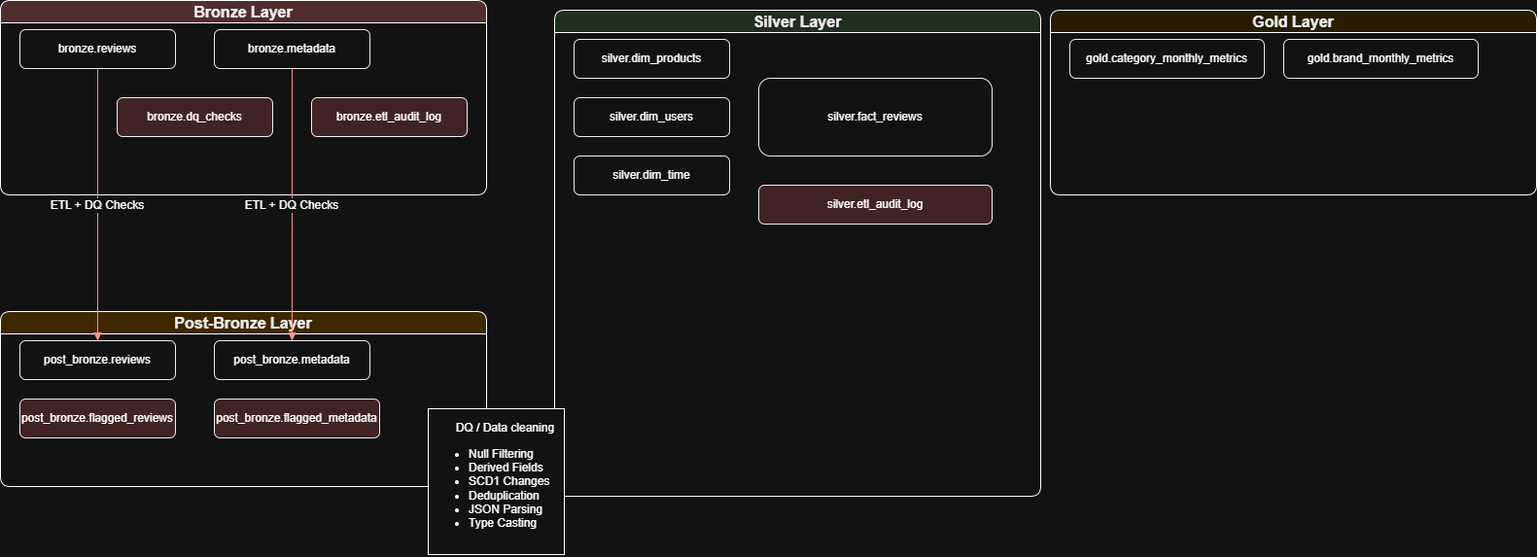
This is images/amazondwh_architecture.drawio.png from arneesser/amazon_dwh, a draw.io export, as it was before one commit. Source tidied: cells renumbered, new cells last; positions are measured from the earlier drawing's top-left corner, leaving out a move shared by most shapes.
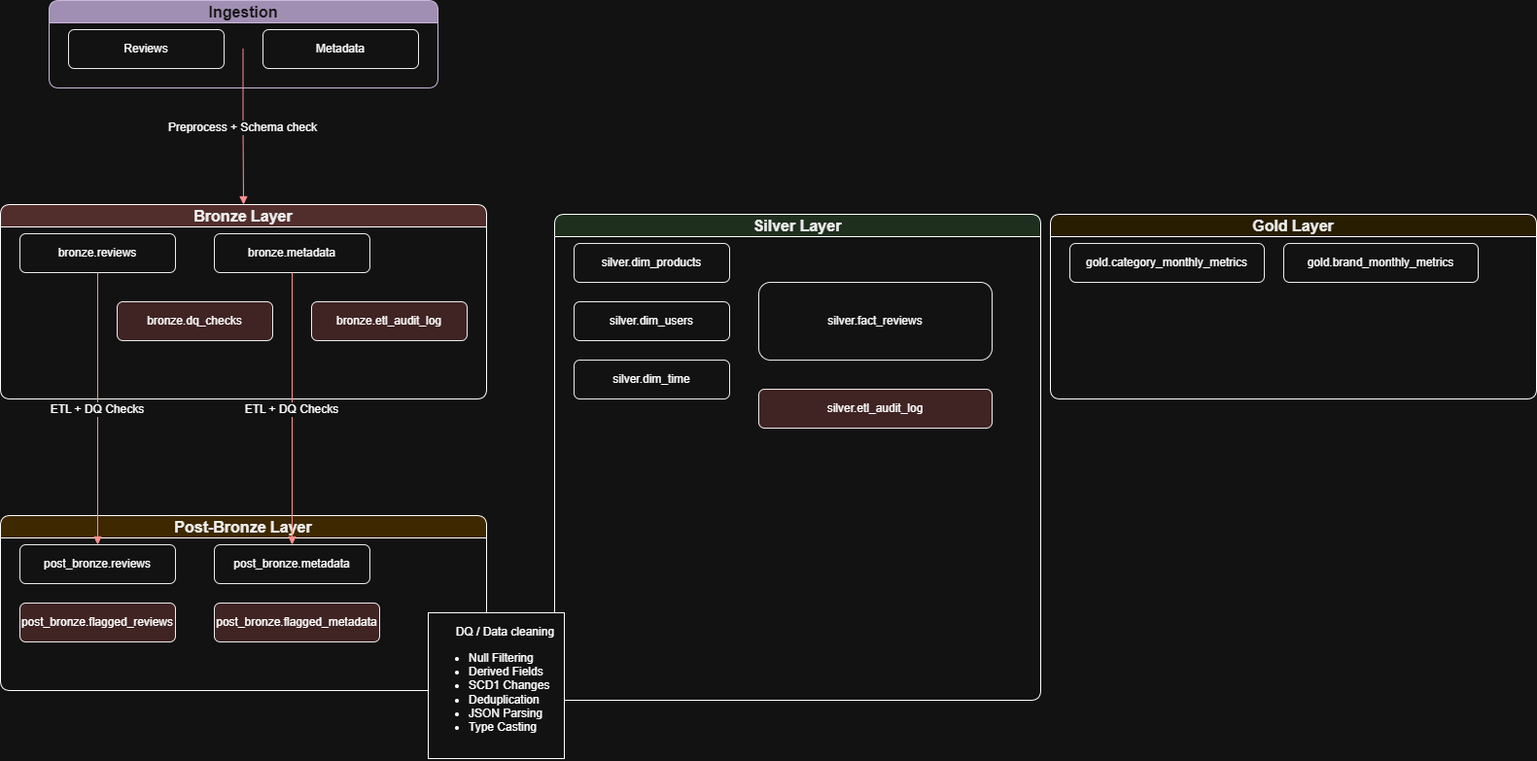
The same diagram one commit later.

The edit, as a diff of the source:
```diff
@@ -68,5 +68,19 @@
     <mxCell id="23" value="&lt;p style=&quot;margin: 0px;&quot;&gt;&lt;/p&gt;&lt;div&gt;&lt;br&gt;&lt;/div&gt;&lt;div&gt;&lt;span style=&quot;white-space: pre;&quot;&gt;&#9;&lt;/span&gt;DQ / Data cleaning&lt;br&gt;&lt;/div&gt;&lt;ul&gt;&lt;li&gt;Null Filtering&lt;/li&gt;&lt;li&gt;&lt;span style=&quot;background-color: transparent; color: light-dark(rgb(0, 0, 0), rgb(255, 255, 255));&quot;&gt;Derived Fields&lt;/span&gt;&lt;/li&gt;&lt;li&gt;&lt;span style=&quot;background-color: transparent; color: light-dark(rgb(0, 0, 0), rgb(255, 255, 255));&quot;&gt;SCD1 Changes&lt;/span&gt;&lt;/li&gt;&lt;li&gt;&lt;span style=&quot;background-color: transparent; color: light-dark(rgb(0, 0, 0), rgb(255, 255, 255));&quot;&gt;Deduplication&lt;/span&gt;&lt;/li&gt;&lt;li&gt;&lt;span style=&quot;background-color: transparent; color: light-dark(rgb(0, 0, 0), rgb(255, 255, 255));&quot;&gt;JSON Parsing&lt;/span&gt;&lt;/li&gt;&lt;li&gt;&lt;span style=&quot;background-color: transparent; color: light-dark(rgb(0, 0, 0), rgb(255, 255, 255));&quot;&gt;Type Casting&lt;/span&gt;&lt;/li&gt;&lt;/ul&gt;&lt;p&gt;&lt;/p&gt;&lt;p style=&quot;margin: 0px;&quot;&gt;&lt;br&gt;&lt;/p&gt;" style="whiteSpace=wrap;html=1;align=left;" parent="1" vertex="1">
       <mxGeometry x="440" y="420" width="140" height="150" as="geometry" />
     </mxCell>
+    <mxCell id="24" value="Ingestion" style="swimlane;fillColor=#76608a;fontSize=16;fontColor=#ffffff;horizontal=1;rounded=1;whiteSpace=wrap;labelPosition=center;strokeColor=#432D57;" parent="1" vertex="1">
+      <mxGeometry x="50" y="-210" width="400" height="90" as="geometry" />
+    </mxCell>
+    <mxCell id="25" value="Reviews" style="rounded=1;fillColor=#FFFFFF;strokeColor=#000000;whiteSpace=wrap;" parent="24" vertex="1">
+      <mxGeometry x="20" y="30" width="160" height="40" as="geometry" />
+    </mxCell>
+    <mxCell id="26" value="Metadata" style="rounded=1;fillColor=#FFFFFF;strokeColor=#000000;whiteSpace=wrap;" parent="24" vertex="1">
+      <mxGeometry x="220" y="30" width="160" height="40" as="geometry" />
+    </mxCell>
+    <mxCell id="27" value="Preprocess + Schema check" style="edgeStyle=elbowEdgeStyle;rounded=0;strokeColor=#FF0000;fontSize=12;endArrow=block;elbow=vertical;entryX=0.5;entryY=0;entryDx=0;entryDy=0;" parent="1" edge="1" target="2">
+      <mxGeometry relative="1" as="geometry">
+        <mxPoint x="249.5" y="-160" as="sourcePoint" />
+      </mxGeometry>
+    </mxCell>
   </root>
 </mxGraphModel>
```
